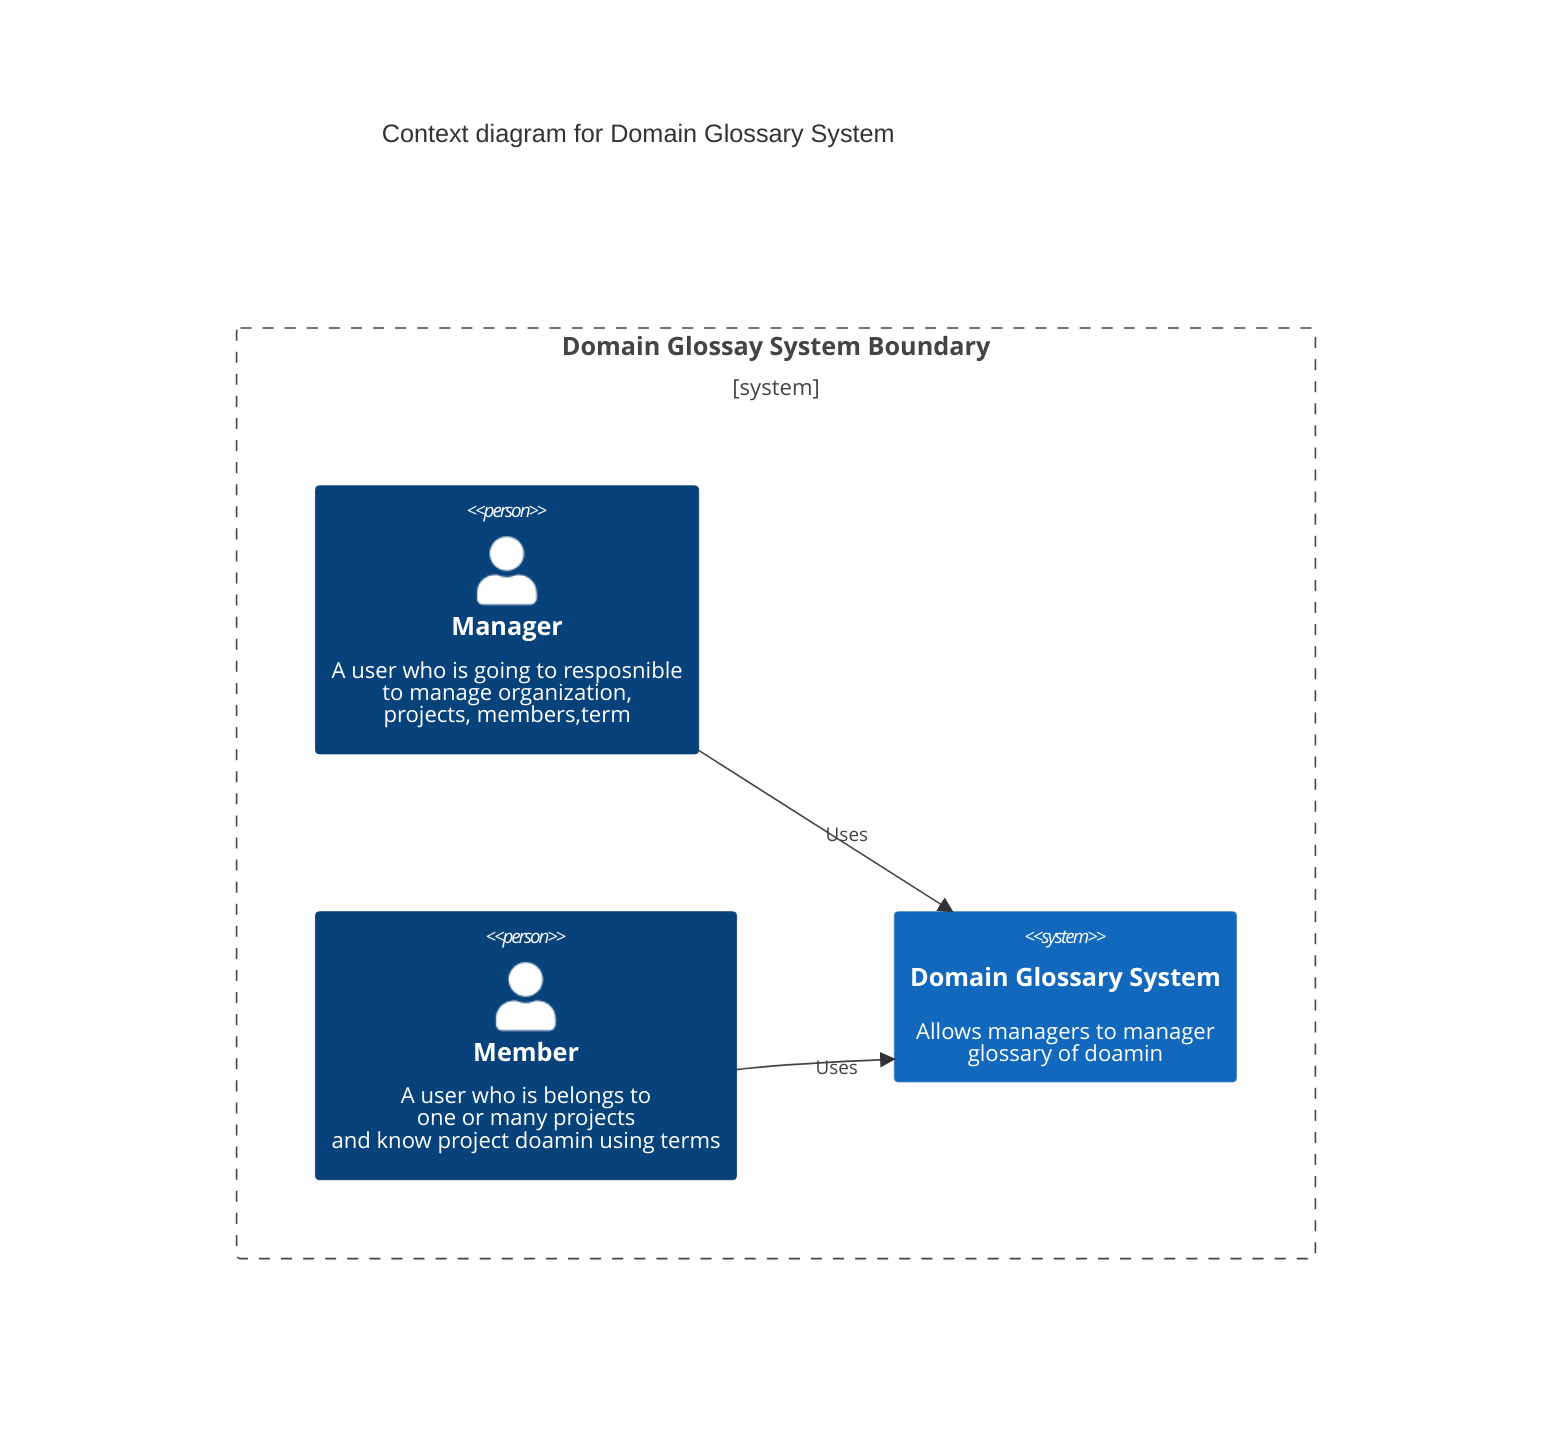
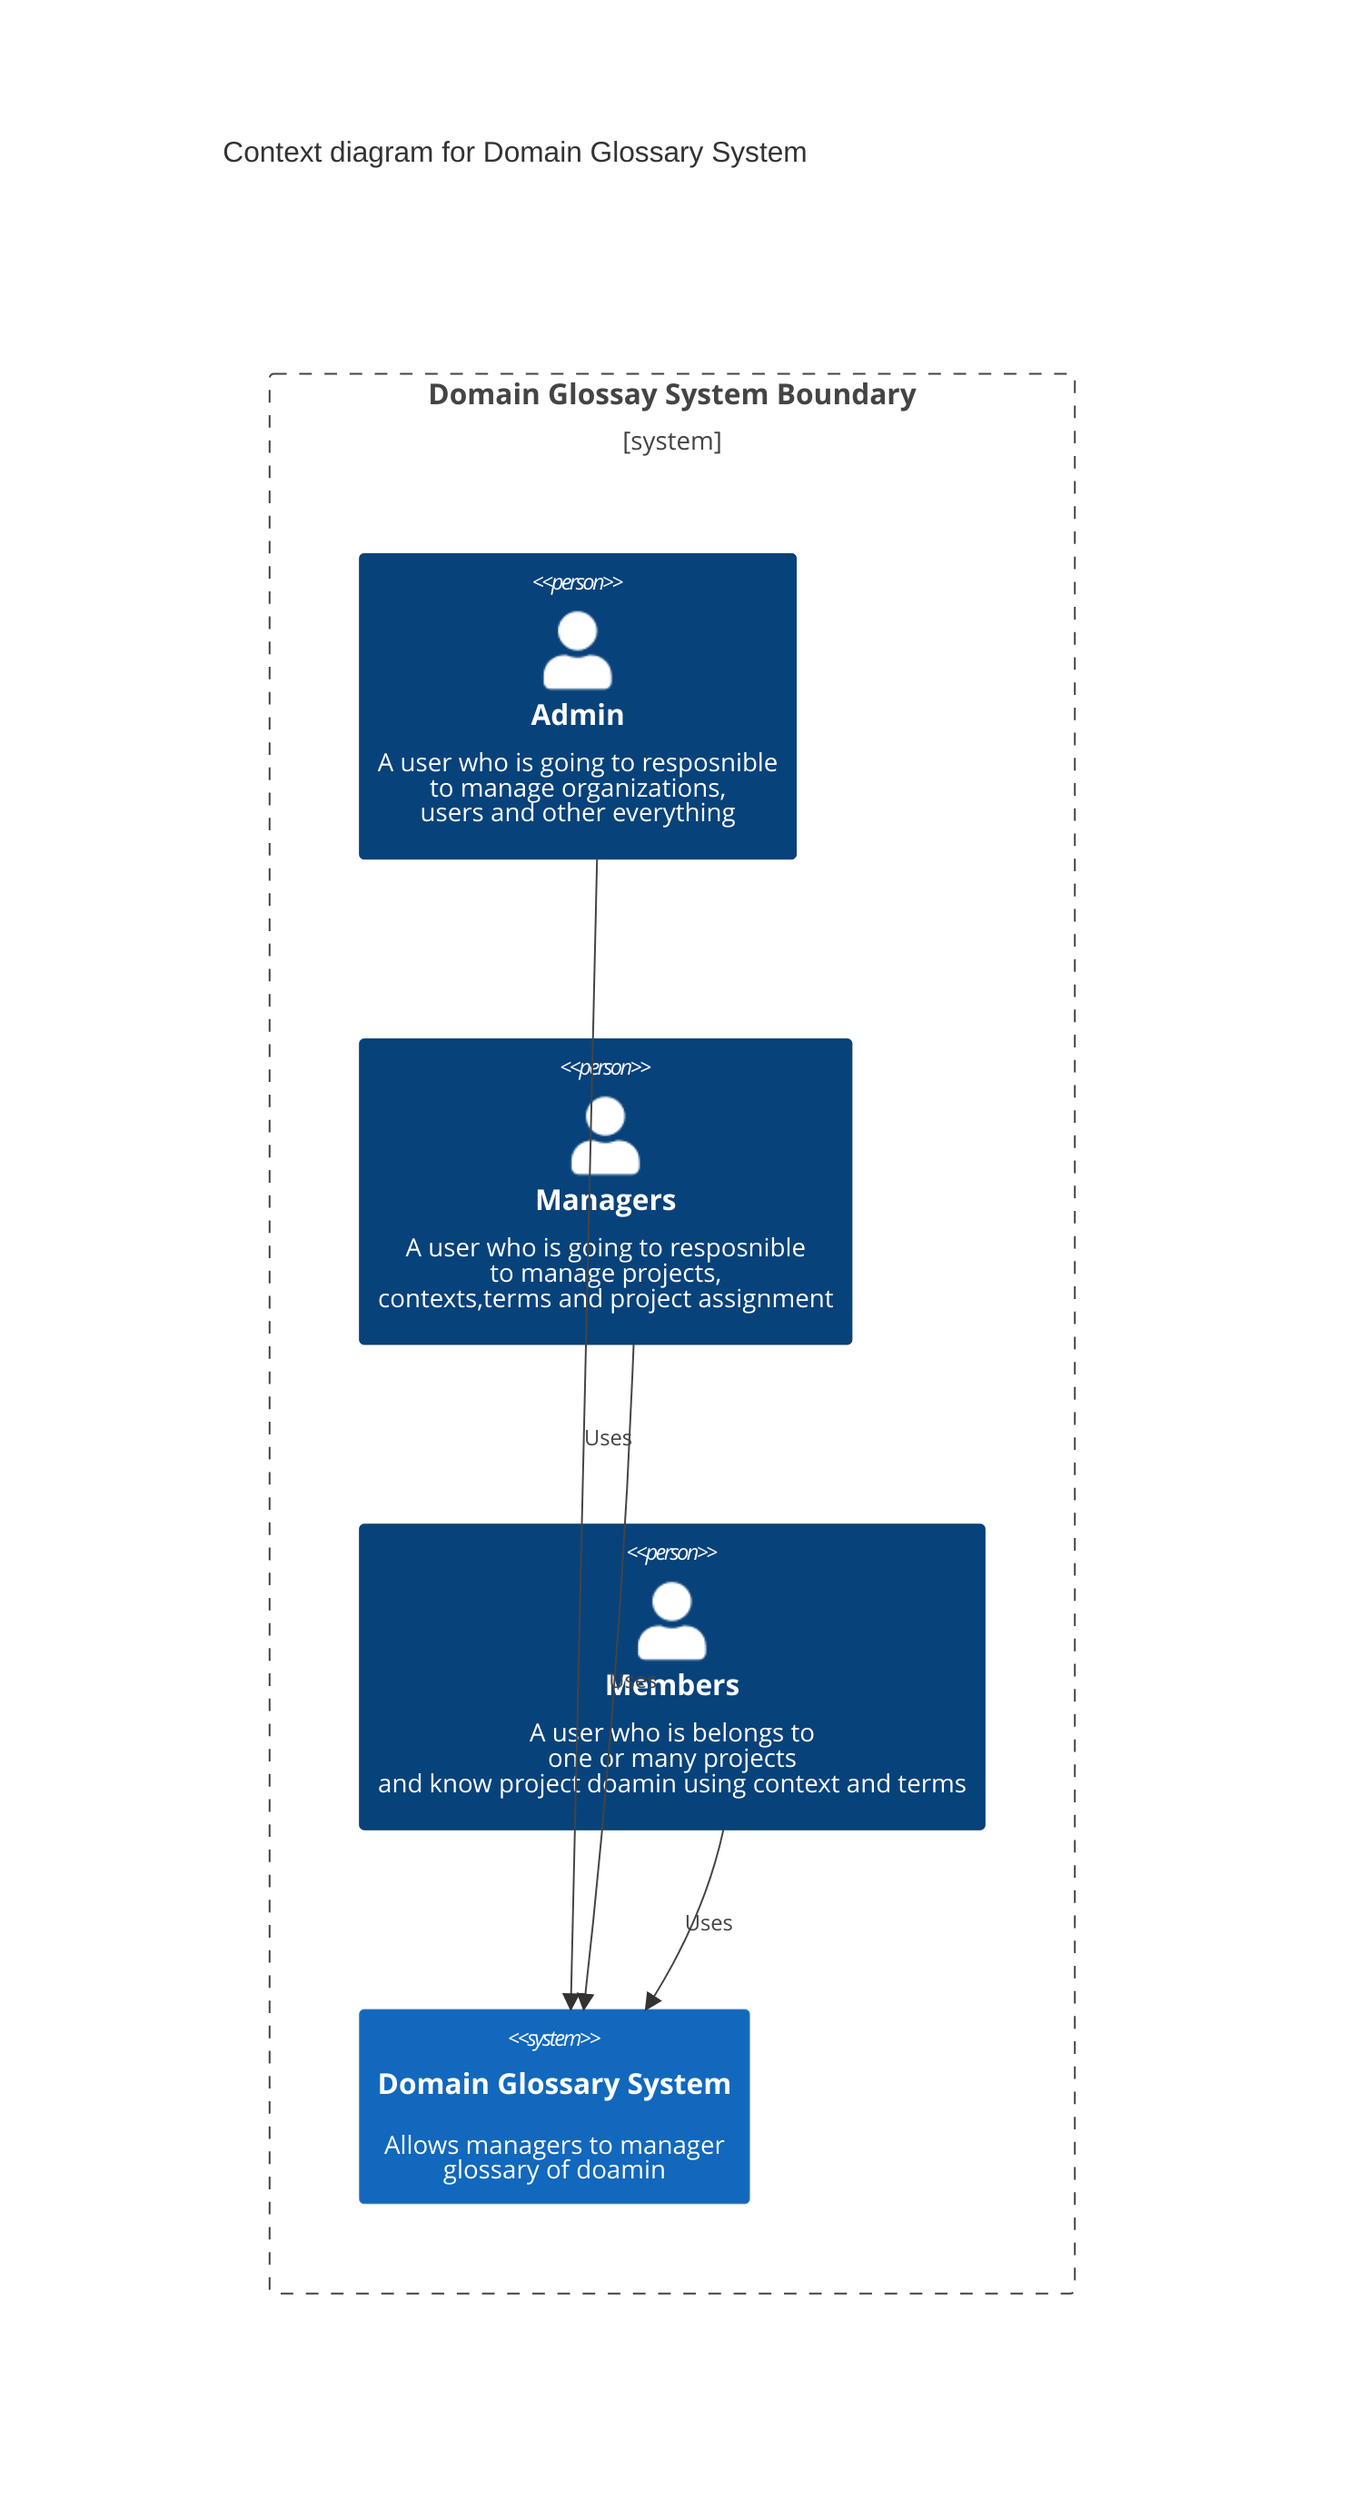
C4Context
    title Context diagram for Domain Glossary System
    Boundary(dgsBoundary, "Domain Glossay System Boundary") {
-         Person(manager, "Manager", "A user who is going to resposnible <br/> to manage organization, <br/> projects, members,term")
-         Person(member, "Member", "A user who is belongs to <br/> one or many projects <br/> and know project doamin using terms")
+         Person(admin, "Admin", "A user who is going to resposnible <br/> to manage organizations, <br/> users and other everything")
+         Person(managers, "Managers", "A user who is going to resposnible <br/> to manage projects, <br/> contexts,terms and project assignment")
+         Person(members, "Members", "A user who is belongs to <br/> one or many projects <br/> and know project doamin using context and terms")

        System(doaminGlossarySystem, "Domain Glossary System", "Allows managers to manager <br/> glossary of doamin")

    }

-     Rel(manager, doaminGlossarySystem, "Uses")
-     Rel(member, doaminGlossarySystem, "Uses")
+     Rel(admin, doaminGlossarySystem, "Uses")
+     Rel(managers, doaminGlossarySystem, "Uses")
+     Rel(members, doaminGlossarySystem, "Uses")

UpdateLayoutConfig($c4ShapeInRow="2", $c4BoundaryInRow="1")
